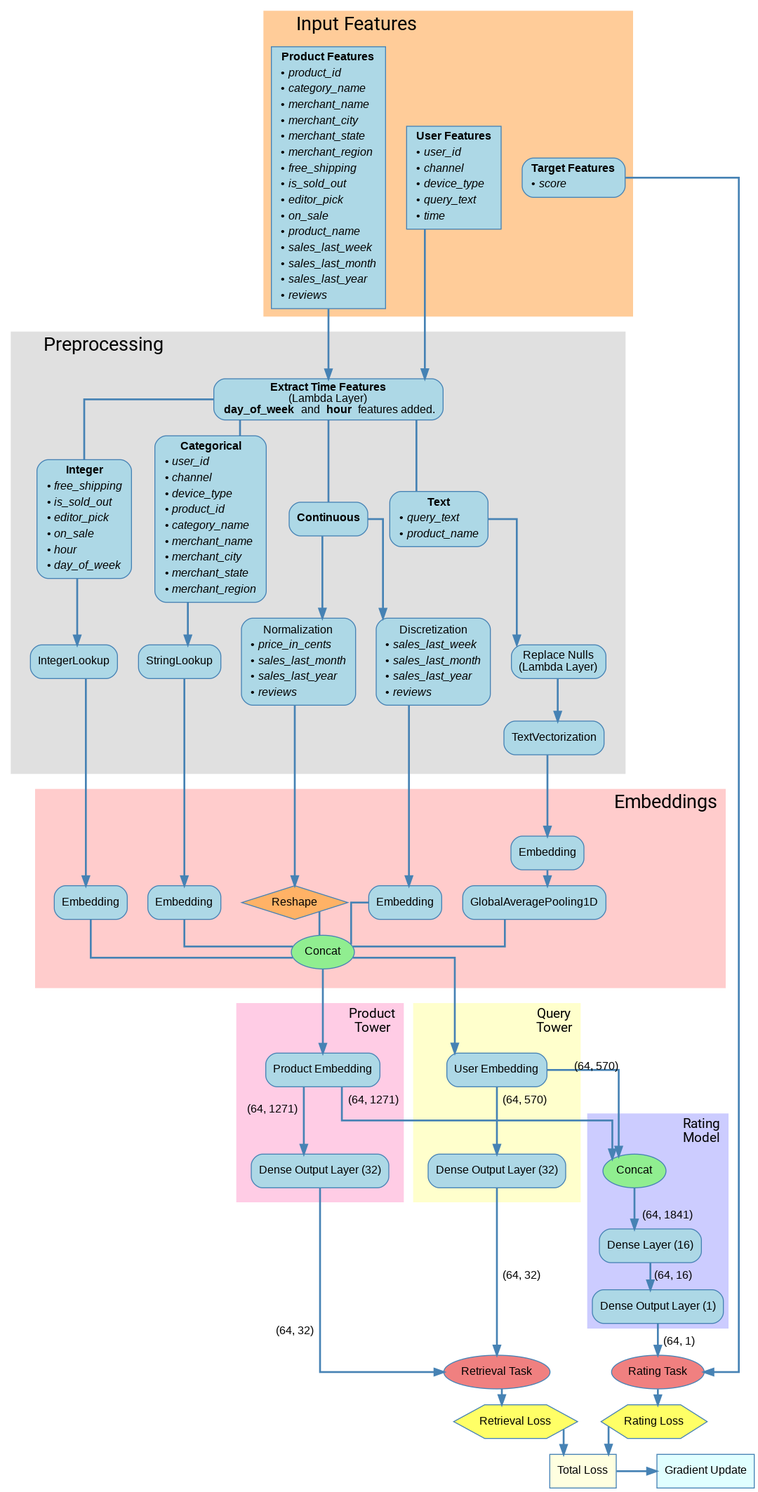
The Graphviz diagram assets/model.png in sagravela/recommendation_engine, before a commit. Its source is kept beside it as assets/model.dot. Source of this version:
```dot
digraph G {
    rankdir=TB;
    splines=ortho;
    nodesep=0.3; // Increases space between nodes
    ranksep=0.2; // Increases space between levels


    node [shape=box style="rounded,filled" color="#4682B4" fillcolor="#ADD8E6" fontname="Helvetica" fontsize=12];

    subgraph cluster_input {
        label="     Input Features";
        style=filled;
        color="#FFCC99";
        fontname="Consolas";
        fontsize=20;
        labeljust="l";
        node [style="rounded,filled", fillcolor="#ADD8E6", color="#4682B4"];

        user_features [
            label=<
                <table border="0" cellborder="0" cellspacing="0" cellpadding="2">
                    <tr><td><b>User Features</b></td></tr>
                    <tr><td align="left">&#8226; <i>user_id</i></td></tr>
                    <tr><td align="left">&#8226; <i>channel</i></td></tr>
                    <tr><td align="left">&#8226; <i>device_type</i></td></tr>
                    <tr><td align="left">&#8226; <i>query_text</i></td></tr>
                    <tr><td align="left">&#8226; <i>time</i></td></tr>
                </table>
            >
            shape=box style=filled
        ];

        product_features [
            label=<
                <table border="0" cellborder="0" cellspacing="0" cellpadding="2">
                    <tr><td><b>Product Features</b></td></tr>
                    <tr><td align="left">&#8226; <i>product_id</i></td></tr>
                    <tr><td align="left">&#8226; <i>category_name</i></td></tr>
                    <tr><td align="left">&#8226; <i>merchant_name</i></td></tr>
                    <tr><td align="left">&#8226; <i>merchant_state</i></td></tr>
                    <tr><td align="left">&#8226; <i>merchant_region</i></td></tr>
                    <tr><td align="left">&#8226; <i>free_shipping</i></td></tr>
                    <tr><td align="left">&#8226; <i>is_sold_out</i></td></tr>
                    <tr><td align="left">&#8226; <i>editor_pick</i></td></tr>
                    <tr><td align="left">&#8226; <i>on_sale</i></td></tr>
                    <tr><td align="left">&#8226; <i>product_name</i></td></tr>
                    <tr><td align="left">&#8226; <i>sales_last_week</i></td></tr>
                    <tr><td align="left">&#8226; <i>sales_last_month</i></td></tr>
                    <tr><td align="left">&#8226; <i>sales_last_year</i></td></tr>
                    <tr><td align="left">&#8226; <i>reviews</i></td></tr>
                </table>
            >
            shape=box style=filled
        ];

        score [label=<
            <table border="0" cellborder="0" cellspacing="0">
                <tr><td><b>Target Features</b></td></tr>
                <tr><td align="left">&#8226; <i>score</i></td></tr>
            </table>
        >];

    }

    subgraph cluster_preprocessing {
        label="     Preprocessing";
        margin=20;
        style=filled;
        color="#E0E0E0";
        fontname="Consolas";
        fontsize=20;
        labeljust="l";
        node [style="rounded,filled", fillcolor="#ADD8E6", color="#4682B4"];

        str_input [label=<
            <table border="0" cellborder="0" cellspacing="0">
                <tr><td align="center"><b>Categorical</b></td></tr>
                <tr><td align="left">&#8226; <i>user_id</i></td></tr>
                <tr><td align="left">&#8226; <i>channel</i></td></tr>
                <tr><td align="left">&#8226; <i>device_type</i></td></tr>
                <tr><td align="left">&#8226; <i>product_id</i></td></tr>
                <tr><td align="left">&#8226; <i>category_name</i></td></tr>
                <tr><td align="left">&#8226; <i>merchant_name</i></td></tr>
                <tr><td align="left">&#8226; <i>merchant_state</i></td></tr>
                <tr><td align="left">&#8226; <i>merchant_region</i></td></tr>
            </table>
        >]
        int_input [label=<
            <table border="0" cellborder="0" cellspacing="0">
                <tr><td align="center"><b>Integer</b></td></tr>
                <tr><td align="left">&#8226; <i>free_shipping</i></td></tr>
                <tr><td align="left">&#8226; <i>is_sold_out</i></td></tr>
                <tr><td align="left">&#8226; <i>editor_pick</i></td></tr>
                <tr><td align="left">&#8226; <i>on_sale</i></td></tr>
                <tr><td align="left">&#8226; <i>hour</i></td></tr>
                <tr><td align="left">&#8226; <i>day_of_week</i></td></tr>
            </table>
        >]
        text_input [label=<
            <table border="0" cellborder="0" cellspacing="0">
                <tr><td align="center"><b>Text</b></td></tr>
                <tr><td align="left">&#8226; <i>query_text</i></td></tr>
                <tr><td align="left">&#8226; <i>product_name</i></td></tr>
            </table>
        >]
        cont_input [label=<<b>Continuous</b>>]

        lambda_time [label=<<b>Extract Time Features</b><br/>(Lambda Layer)<br/><b> day_of_week </b> and <b> hour </b> features added.>]
        str [label=<StringLookup>]
        int [label="IntegerLookup"]
        text [label="TextVectorization"]
        lambda_null [label=<Replace Nulls<br/>(Lambda Layer)>]
        disc [label=<
            <table border="0" cellborder="0" cellspacing="0">
                <tr><td align="center">Discretization</td></tr>
                <tr><td align="left">&#8226; <i>sales_last_week</i></td></tr>
                <tr><td align="left">&#8226; <i>sales_last_month</i></td></tr>
                <tr><td align="left">&#8226; <i>sales_last_year</i></td></tr>
                <tr><td align="left">&#8226; <i>price_in_cents</i></td></tr>
                <tr><td align="left">&#8226; <i>reviews</i></td></tr>
            </table>
        >]
        norm [label=<
            <table border="0" cellborder="0" cellspacing="0">
                <tr><td align="center">Normalization</td></tr>
                <tr><td align="left">&#8226; <i>sales_last_week</i></td></tr>
                <tr><td align="left">&#8226; <i>reviews</i></td></tr>
            </table>
        >]
    }

    subgraph cluster_embeddings {
        label=" Embeddings";
        margin=20;
        style=filled;
        color="#FFCCCC";
        fontname="Consolas";
        fontsize=20;
        labeljust="r";
        node [style="rounded,filled", fillcolor="#ADD8E6", color="#4682B4"];

        blank_space [style=invis; width=0.5]

        norm_reshape [label="Reshape" shape=diamond style="filled" fillcolor="#FFB266"]
        str_embedding [label="Embedding"];
        int_embedding [label="Embedding"];
        text_embedding [label="Embedding"];
        disc_embedding [label="Embedding"];
        text_average_pooling [label="GlobalAveragePooling1D"];

        embeddings_concat [label="Concat" shape=ellipse style="filled" fillcolor="#90EE90"];
        { rank=same; blank_space; str_embedding }
    }

    subgraph cluster_query_tower {
        label="Query\nTower";
        margin=15;
        style=filled;
        color="#FFFFCC";
        fontname="Consolas";
        labeljust="r";
        node [style="rounded,filled", fillcolor="#ADD8E6", color="#4682B4"];

        user_embedding [label="User Embedding"];
        user_output [label="Dense Output Layer (32)"];
    }

    subgraph cluster_product_tower {
        label="Product\nTower";
        margin=15;
        style=filled;
        color="#FFCCE5";
        fontname="Consolas";
        labeljust="r";
        node [style="rounded,filled", fillcolor="#ADD8E6", color="#4682B4"];

        product_embedding [label="Product Embedding"];
        product_output [label="Dense Output Layer (32)"];
    }

    subgraph cluster_rating_tower {
        label="Rating\nModel";
        margin=5;
        labeljust="r";
        style=filled;
        color="#CCCCFF";
        fontname="Consolas";
        node [style="rounded,filled", fillcolor="#ADD8E6", color="#4682B4"];

        concat [label="Concat" shape=ellipse style="filled" fillcolor="#90EE90"];
        rating_DL [label="Dense Layer (16)"]
        rating_output [label="Dense Output Layer (1)"];
    }

    retrieval_task [label="Retrieval Task" shape=ellipse style="filled" fillcolor="#F08080"];
    rating_task [label="Rating Task" shape=ellipse style="filled" fillcolor="#F08080"];

    retrieval_loss [label="Retrieval Loss" shape=hexagon style="filled" fillcolor="#FFFF66"];
    rating_loss [label="Rating Loss" shape=hexagon style="filled" fillcolor="#FFFF66"];

    total_loss [label="Total Loss" shape=box style="filled" fillcolor="#FFFFE0"];
    gradient_update [label="Gradient Update" shape=box style="filled" fillcolor="#E0FFFF"];

    { rank=same; retrieval_task; rating_task }
    { rank=same; total_loss; gradient_update }

    edge [color="#4682B4" penwidth=2 fontname="Arial" fontsize=12];

    user_features -> lambda_time;
    product_features -> lambda_time;

    lambda_time -> {str_input;int_input;text_input;cont_input} [dir=none];

    str_input -> str;
    int_input -> int;
    text_input -> lambda_null;
    lambda_null -> text;
    cont_input -> {norm;disc};

    str -> str_embedding;
    int -> int_embedding;
    text -> text_embedding;
    disc -> disc_embedding;
    norm -> norm_reshape;

    text_embedding -> text_average_pooling;

    {str_embedding;int_embedding;disc_embedding;norm_reshape;text_average_pooling} -> embeddings_concat [arrowhead=none];

    blank_space -> concat [style=invis]

    embeddings_concat -> user_embedding;
    embeddings_concat -> product_embedding;

    user_embedding -> user_output [label="  (64, 570)"];
    product_embedding -> product_output [xlabel="(64, 1271)  "];
    user_embedding -> concat [xlabel="(64, 570)"];
    product_embedding -> concat [label="  (64, 1271)"];

    concat -> rating_DL [label="(64, 1841)"];

    user_output -> retrieval_task [label="  (64, 32)"];
    product_output -> retrieval_task [xlabel="(64, 32)  "];
    rating_DL -> rating_output [label="(64, 16)"];

    retrieval_task -> retrieval_loss;
    rating_output -> rating_task [label="  (64, 1)"];

    score -> rating_task;
    retrieval_loss -> total_loss;
    rating_task -> rating_loss;
    rating_loss -> total_loss;

    total_loss -> gradient_update;
}
```
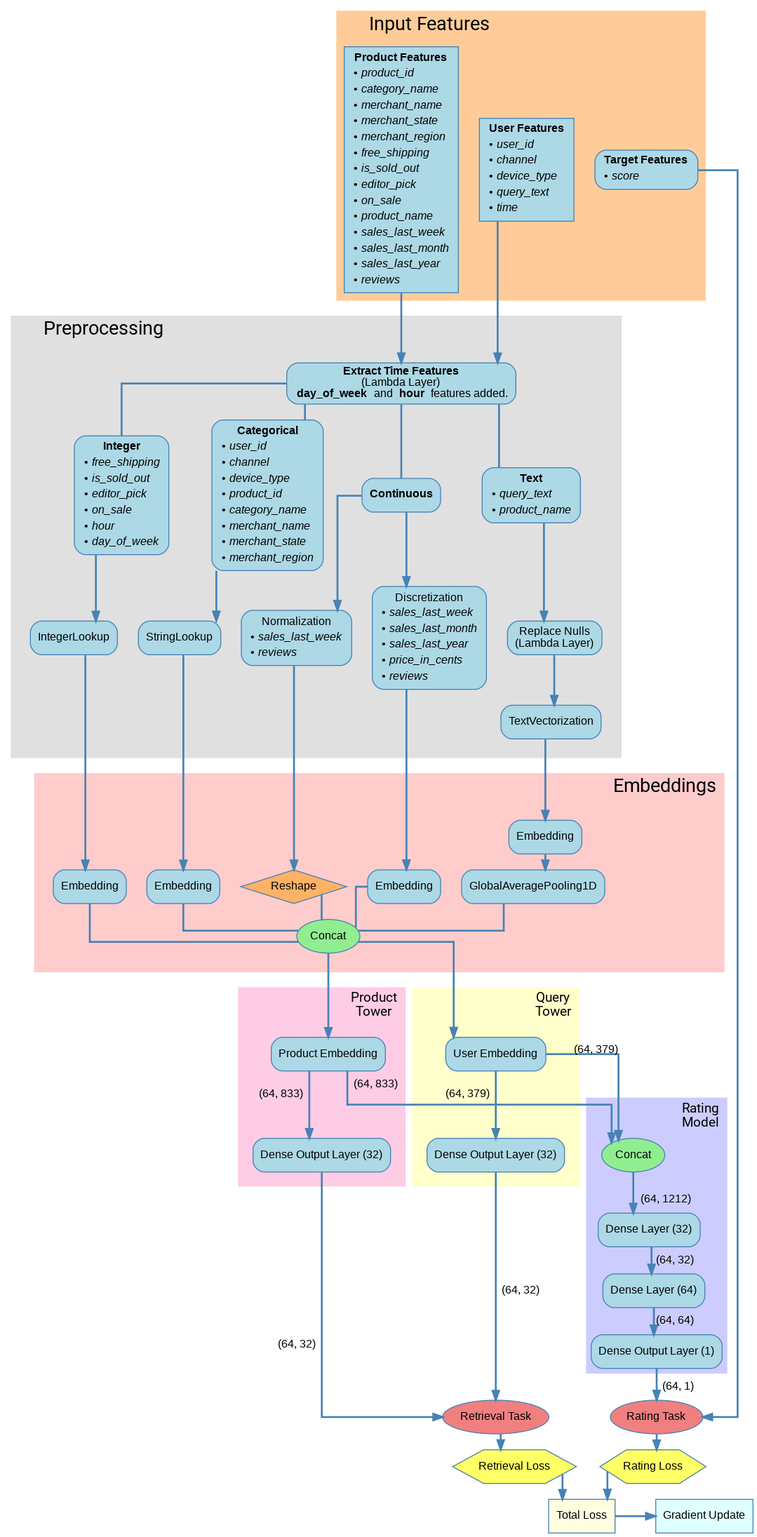
Above is the later version.

Change to the diagram source:
```diff
@@ -188,7 +188,8 @@
         node [style="rounded,filled", fillcolor="#ADD8E6", color="#4682B4"];
 
         concat [label="Concat" shape=ellipse style="filled" fillcolor="#90EE90"];
-        rating_DL [label="Dense Layer (16)"]
+        rating_DL0 [label="Dense Layer (32)"]
+        rating_DL1 [label="Dense Layer (64)"]
         rating_output [label="Dense Output Layer (1)"];
     }
 
@@ -232,16 +233,17 @@
     embeddings_concat -> user_embedding;
     embeddings_concat -> product_embedding;
 
-    user_embedding -> user_output [label="  (64, 570)"];
-    product_embedding -> product_output [xlabel="(64, 1271)  "];
-    user_embedding -> concat [xlabel="(64, 570)"];
-    product_embedding -> concat [label="  (64, 1271)"];
+    user_embedding -> user_output [xlabel="(64, 379)  "];
+    product_embedding -> product_output [xlabel="(64, 833)  "];
+    user_embedding -> concat [xlabel="     (64, 379)"];
+    product_embedding -> concat [label="  (64, 833)"];
 
-    concat -> rating_DL [label="(64, 1841)"];
+    concat -> rating_DL0 [label="(64, 1212)"];
+    rating_DL0 -> rating_DL1 [label="  (64, 32)"]
+    rating_DL1 -> rating_output [label="(64, 64)"]
 
     user_output -> retrieval_task [label="  (64, 32)"];
     product_output -> retrieval_task [xlabel="(64, 32)  "];
-    rating_DL -> rating_output [label="(64, 16)"];
 
     retrieval_task -> retrieval_loss;
     rating_output -> rating_task [label="  (64, 1)"];
```
